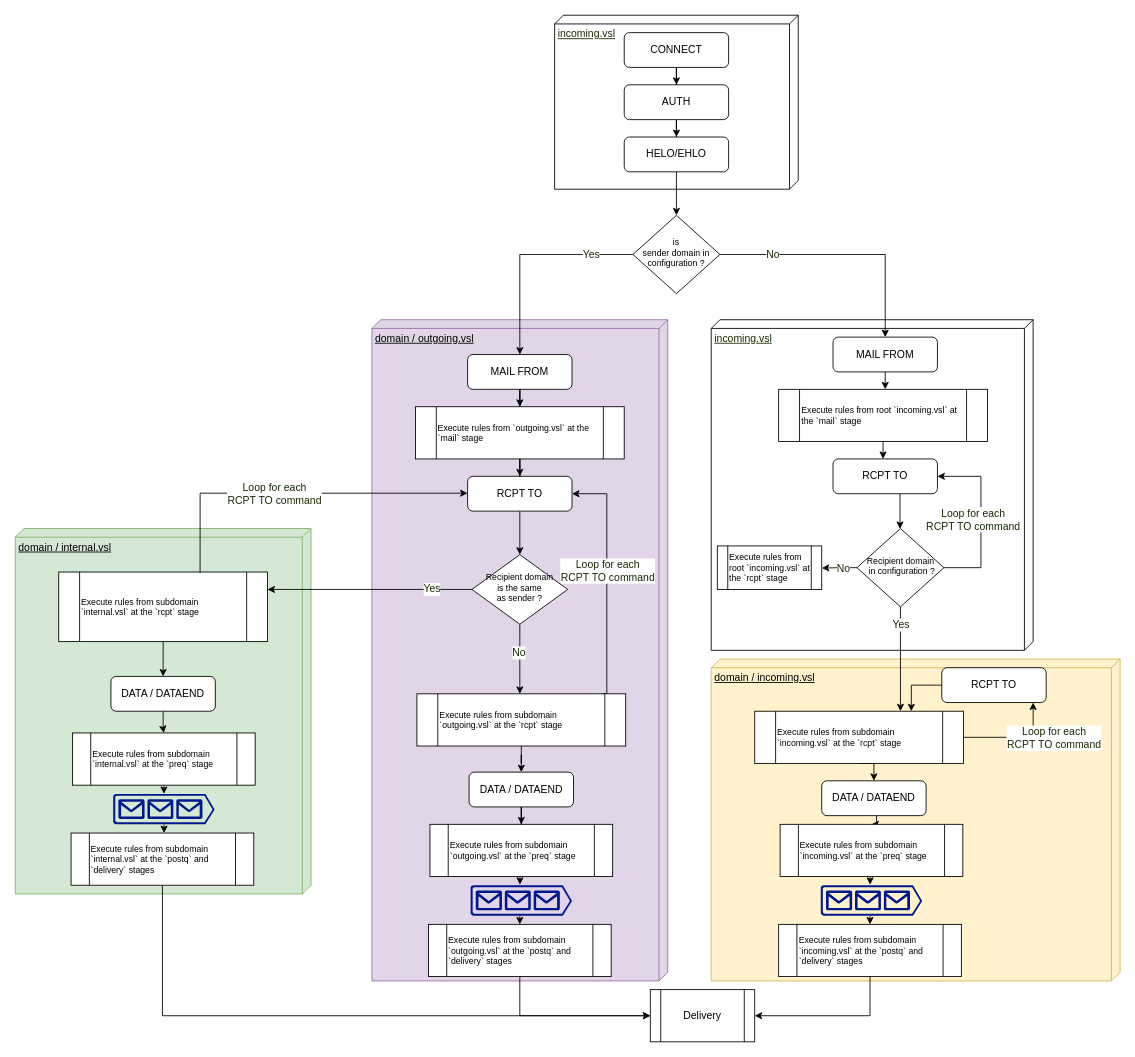
stappersg/vBook keeps this draw.io diagram as src/assets/uml/sub-domain-hierarchy.drawio. Above is the earlier version. Source tidied: cells renumbered, new cells numbered last; positions are measured from the earlier drawing's top-left corner, leaving out a move shared by most shapes. Both pictures are drawn from the tidied source at 87%, with x=0, y=0 at pixel (15, 15).
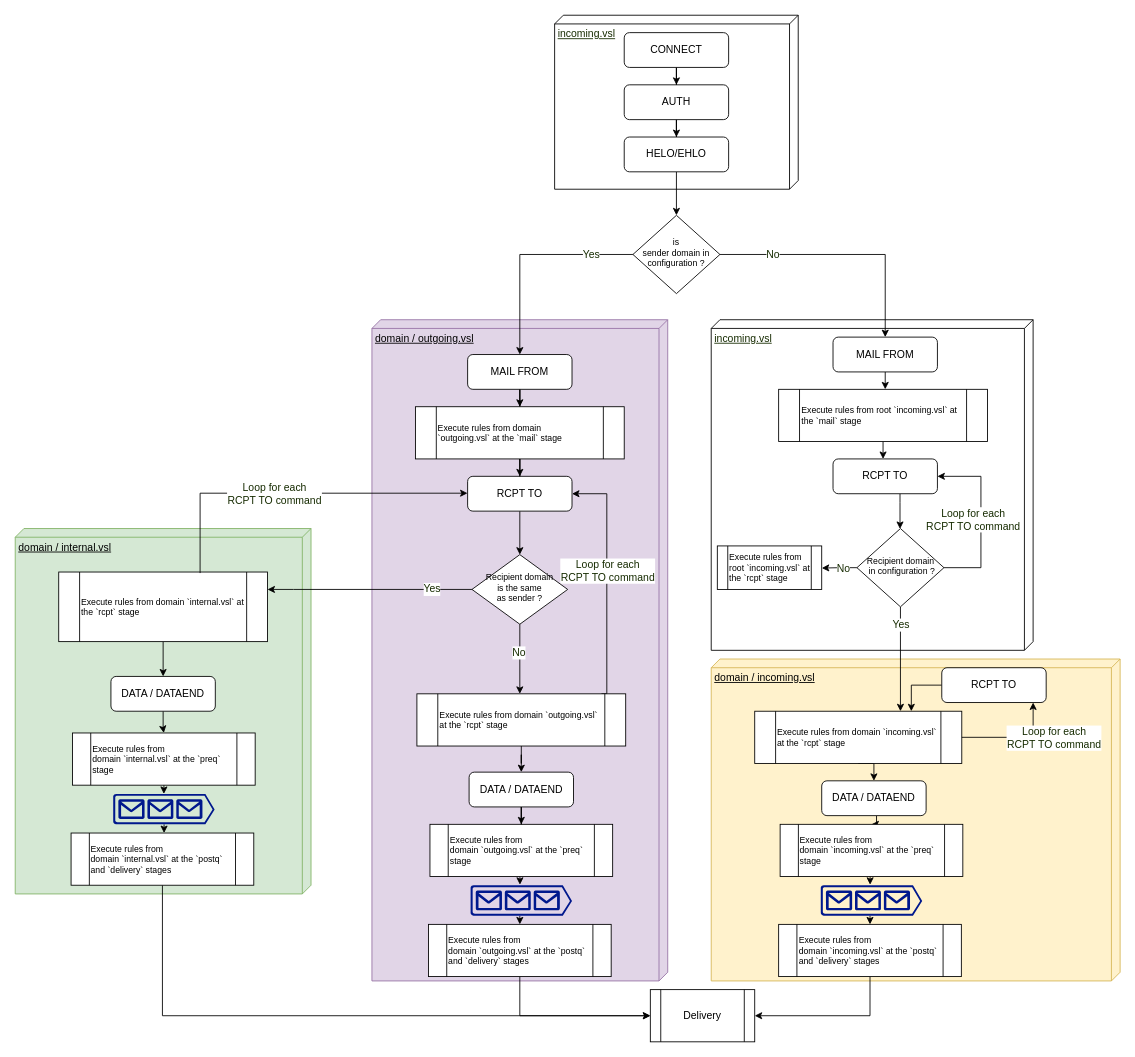
The same page after the edit.

What changed in the source:
```diff
@@
-    <mxCell id="29" value="Execute rules from subdomain `incoming.vsl` at the `rcpt` stage" style="shape=process;whiteSpace=wrap;html=1;backgroundOutline=1;fontSize=10;align=left;" parent="1" vertex="1">
-      <mxGeometry x="850" y="800" width="240" height="60" as="geometry" />
+    <mxCell id="29" value="Execute rules from domain&amp;nbsp;`incoming.vsl` at the `rcpt` stage" style="shape=process;whiteSpace=wrap;html=1;backgroundOutline=1;fontSize=10;align=left;" parent="1" vertex="1">
+      <mxGeometry x="850" y="800" width="238" height="60" as="geometry" />
     </mxCell>
@@
-    <mxCell id="36" value="Execute rules from subdomain `internal.vsl` at the `rcpt` stage" style="shape=process;whiteSpace=wrap;html=1;backgroundOutline=1;fontSize=10;align=left;" parent="1" vertex="1">
+    <mxCell id="36" value="Execute rules from domain&amp;nbsp;`internal.vsl` at the `rcpt` stage" style="shape=process;whiteSpace=wrap;html=1;backgroundOutline=1;fontSize=10;align=left;" parent="1" vertex="1">
       <mxGeometry x="50" y="640" width="240" height="80" as="geometry" />
     </mxCell>
@@
-    <mxCell id="40" value="Execute rules from subdomain `outgoing.vsl` at the `rcpt` stage" style="shape=process;whiteSpace=wrap;html=1;backgroundOutline=1;fontSize=10;align=left;" parent="1" vertex="1">
+    <mxCell id="40" value="Execute rules from domain `outgoing.vsl` at the `rcpt` stage" style="shape=process;whiteSpace=wrap;html=1;backgroundOutline=1;fontSize=10;align=left;" parent="1" vertex="1">
       <mxGeometry x="461.7" y="780" width="240" height="60" as="geometry" />
     </mxCell>
@@
-    <mxCell id="47" value="Execute rules from subdomain `outgoing.vsl` at the `preq` stage" style="shape=process;whiteSpace=wrap;html=1;backgroundOutline=1;fontSize=10;align=left;" parent="1" vertex="1">
+    <mxCell id="47" value="Execute rules from domain&amp;nbsp;`outgoing.vsl` at the `preq` stage" style="shape=process;whiteSpace=wrap;html=1;backgroundOutline=1;fontSize=10;align=left;" parent="1" vertex="1">
       <mxGeometry x="476.7" y="930" width="210" height="60" as="geometry" />
     </mxCell>
@@
-    <mxCell id="53" value="Execute rules from `outgoing.vsl` at the `mail` stage" style="shape=process;whiteSpace=wrap;html=1;backgroundOutline=1;fontSize=10;align=left;" parent="1" vertex="1">
+    <mxCell id="53" value="Execute rules from domain&lt;br&gt;`outgoing.vsl` at the `mail` stage" style="shape=process;whiteSpace=wrap;html=1;backgroundOutline=1;fontSize=10;align=left;" parent="1" vertex="1">
       <mxGeometry x="460" y="450" width="240" height="60" as="geometry" />
     </mxCell>
@@
-    <mxCell id="67" value="Execute rules from subdomain `outgoing.vsl` at the `postq` and `delivery` stages" style="shape=process;whiteSpace=wrap;html=1;backgroundOutline=1;fontSize=10;align=left;" parent="1" vertex="1">
+    <mxCell id="67" value="Execute rules from domain&amp;nbsp;`outgoing.vsl` at the `postq` and `delivery` stages" style="shape=process;whiteSpace=wrap;html=1;backgroundOutline=1;fontSize=10;align=left;" parent="1" vertex="1">
       <mxGeometry x="475" y="1045" width="210" height="60" as="geometry" />
     </mxCell>
@@
-    <mxCell id="69" value="Execute rules from subdomain `incoming.vsl` at the `preq` stage" style="shape=process;whiteSpace=wrap;html=1;backgroundOutline=1;fontSize=10;align=left;" parent="1" vertex="1">
+    <mxCell id="69" value="Execute rules from domain&amp;nbsp;`incoming.vsl` at the `preq` stage" style="shape=process;whiteSpace=wrap;html=1;backgroundOutline=1;fontSize=10;align=left;" parent="1" vertex="1">
       <mxGeometry x="879.2" y="930" width="210" height="60" as="geometry" />
     </mxCell>
@@
-    <mxCell id="73" value="Execute rules from subdomain `incoming.vsl` at the `postq` and `delivery` stages" style="shape=process;whiteSpace=wrap;html=1;backgroundOutline=1;fontSize=10;align=left;" parent="1" vertex="1">
+    <mxCell id="73" value="Execute rules from domain&amp;nbsp;`incoming.vsl` at the `postq` and `delivery` stages" style="shape=process;whiteSpace=wrap;html=1;backgroundOutline=1;fontSize=10;align=left;" parent="1" vertex="1">
       <mxGeometry x="877.5" y="1045" width="210" height="60" as="geometry" />
     </mxCell>
@@
-    <mxCell id="77" value="Execute rules from subdomain `internal.vsl` at the `preq` stage" style="shape=process;whiteSpace=wrap;html=1;backgroundOutline=1;fontSize=10;align=left;" parent="1" vertex="1">
+    <mxCell id="77" value="Execute rules from domain&amp;nbsp;`internal.vsl` at the `preq` stage" style="shape=process;whiteSpace=wrap;html=1;backgroundOutline=1;fontSize=10;align=left;" parent="1" vertex="1">
       <mxGeometry x="65.8" y="825" width="210" height="60" as="geometry" />
     </mxCell>
@@
-    <mxCell id="81" value="Execute rules from subdomain `internal.vsl` at the `postq` and `delivery` stages" style="shape=process;whiteSpace=wrap;html=1;backgroundOutline=1;fontSize=10;align=left;" parent="1" vertex="1">
+    <mxCell id="81" value="Execute rules from domain&amp;nbsp;`internal.vsl` at the `postq` and `delivery` stages" style="shape=process;whiteSpace=wrap;html=1;backgroundOutline=1;fontSize=10;align=left;" parent="1" vertex="1">
       <mxGeometry x="64.2" y="940" width="210" height="60" as="geometry" />
     </mxCell>
```
